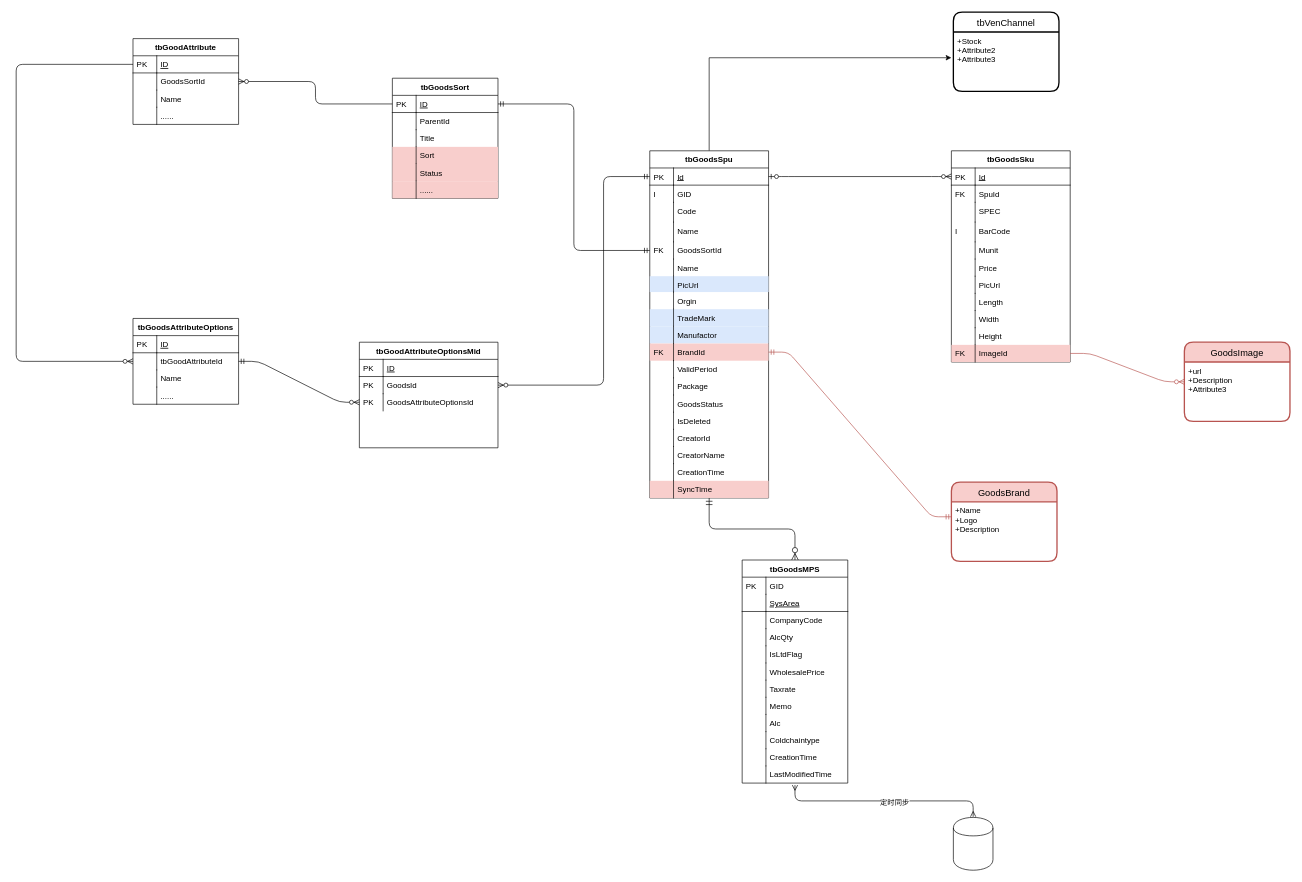
Before: 未命名绘图 的副本.drawio in moxixuan/tbGoodsDesign, a draw.io diagram. Source tidied: cells renumbered, new cells numbered last; positions are measured from the earlier drawing's top-left corner, leaving out a move shared by most shapes. Both pictures are drawn from the tidied source at 66%, with x=0, y=0 at pixel (16, 12).
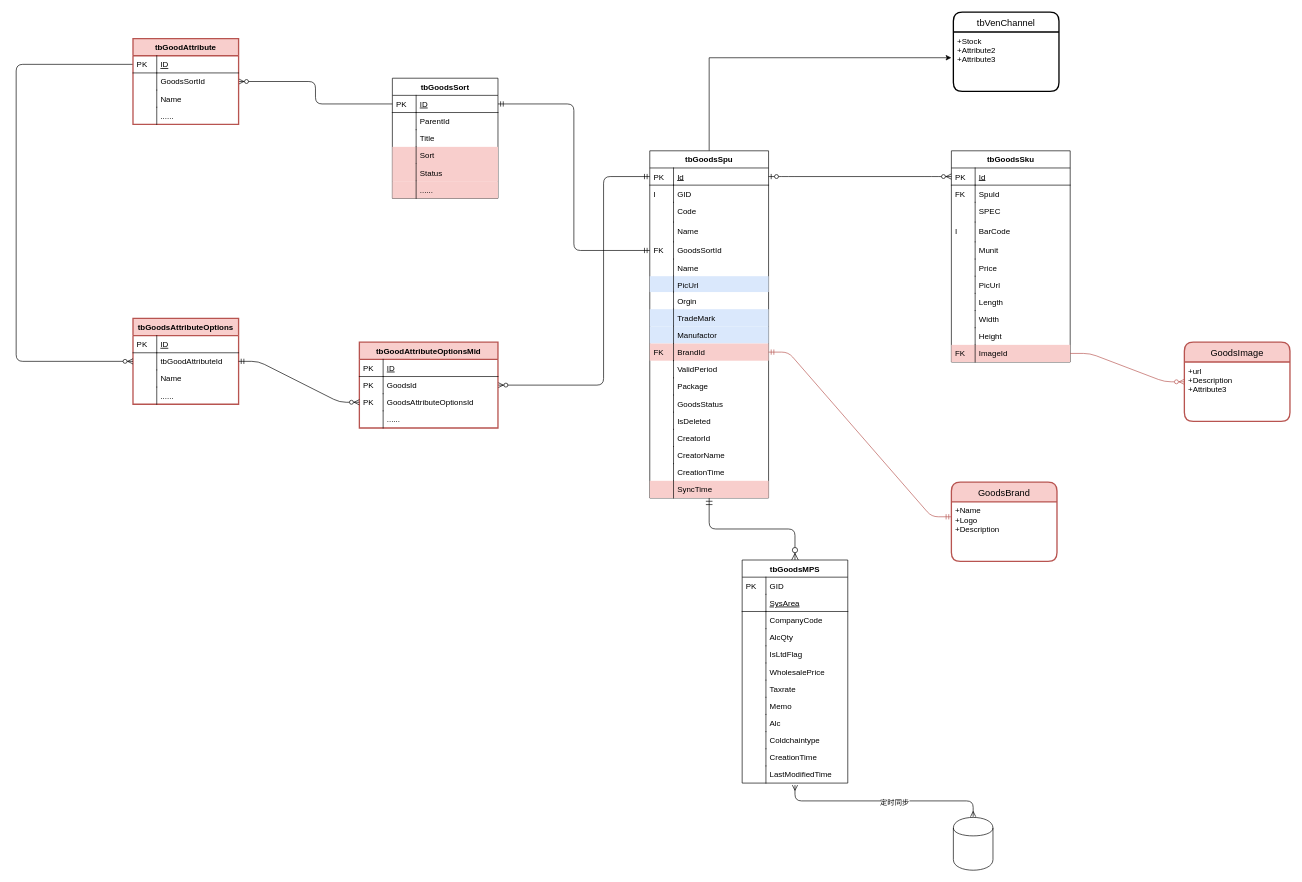
Above is the later version.

Commit message (it also covers changes not shown here):
更新未命名绘图 的副本.drawio

Change to the diagram source:
```diff
@@
-    <mxCell id="117" value="tbGoodsAttributeOptions" style="swimlane;fontStyle=1;horizontal=1;startSize=26;rounded=0;shadow=0;strokeWidth=1;" parent="1" vertex="1">
+    <mxCell id="117" value="tbGoodsAttributeOptions" style="swimlane;fontStyle=1;horizontal=1;startSize=26;rounded=0;shadow=0;strokeWidth=2;fillColor=#f8cecc;strokeColor=#b85450;" parent="1" vertex="1">
       <mxGeometry x="177" y="464" width="160" height="130" as="geometry" />
     </mxCell>
@@
-    <mxCell id="128" value="tbGoodAttribute" style="swimlane;fontStyle=1;horizontal=1;startSize=26;rounded=0;shadow=0;strokeWidth=1;" parent="1" vertex="1">
+    <mxCell id="128" value="tbGoodAttribute" style="swimlane;fontStyle=1;horizontal=1;startSize=26;rounded=0;shadow=0;strokeWidth=2;fillColor=#f8cecc;strokeColor=#b85450;" parent="1" vertex="1">
       <mxGeometry x="177" y="40" width="160" height="130" as="geometry" />
     </mxCell>
@@
-    <mxCell id="138" value="tbGoodAttributeOptionsMid" style="swimlane;fontStyle=1;horizontal=1;startSize=26;rounded=0;shadow=0;strokeWidth=1;" parent="1" vertex="1">
-      <mxGeometry x="520" y="500" width="210" height="160" as="geometry" />
+    <mxCell id="138" value="tbGoodAttributeOptionsMid" style="swimlane;fontStyle=1;horizontal=1;startSize=26;rounded=0;shadow=0;strokeWidth=2;fillColor=#f8cecc;strokeColor=#b85450;" parent="1" vertex="1">
+      <mxGeometry x="520" y="500" width="210" height="130" as="geometry" />
     </mxCell>
@@
+    <mxCell id="146" value="......" style="shape=partialRectangle;top=0;left=0;right=0;bottom=0;align=left;verticalAlign=top;fillColor=none;spacingLeft=40;spacingRight=4;overflow=hidden;rounded=0;shadow=0;strokeWidth=2;" parent="138" vertex="1">
+      <mxGeometry y="104" width="210" height="26" as="geometry" />
+    </mxCell>
+    <mxCell id="147" style="shape=partialRectangle;top=0;left=0;bottom=0;fillColor=none;align=left;verticalAlign=top;spacingLeft=4;spacingRight=4;overflow=hidden;" parent="146" vertex="1">
+      <mxGeometry width="36" height="26" as="geometry" />
+    </mxCell>
```
